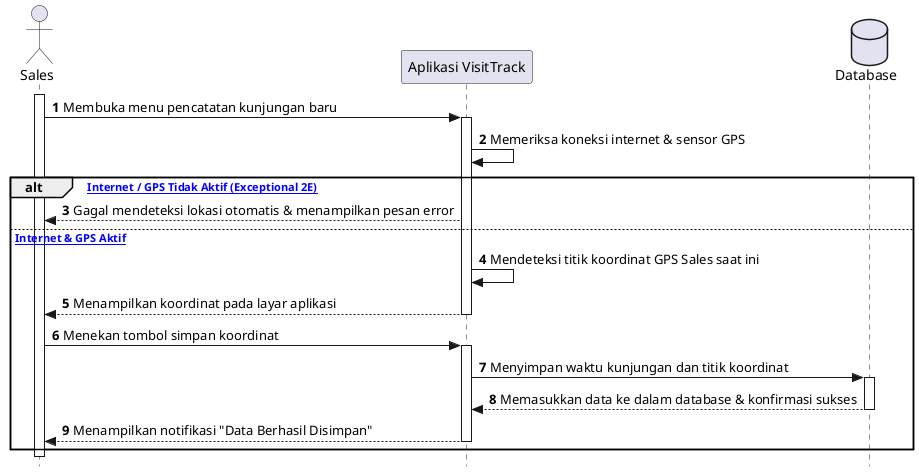
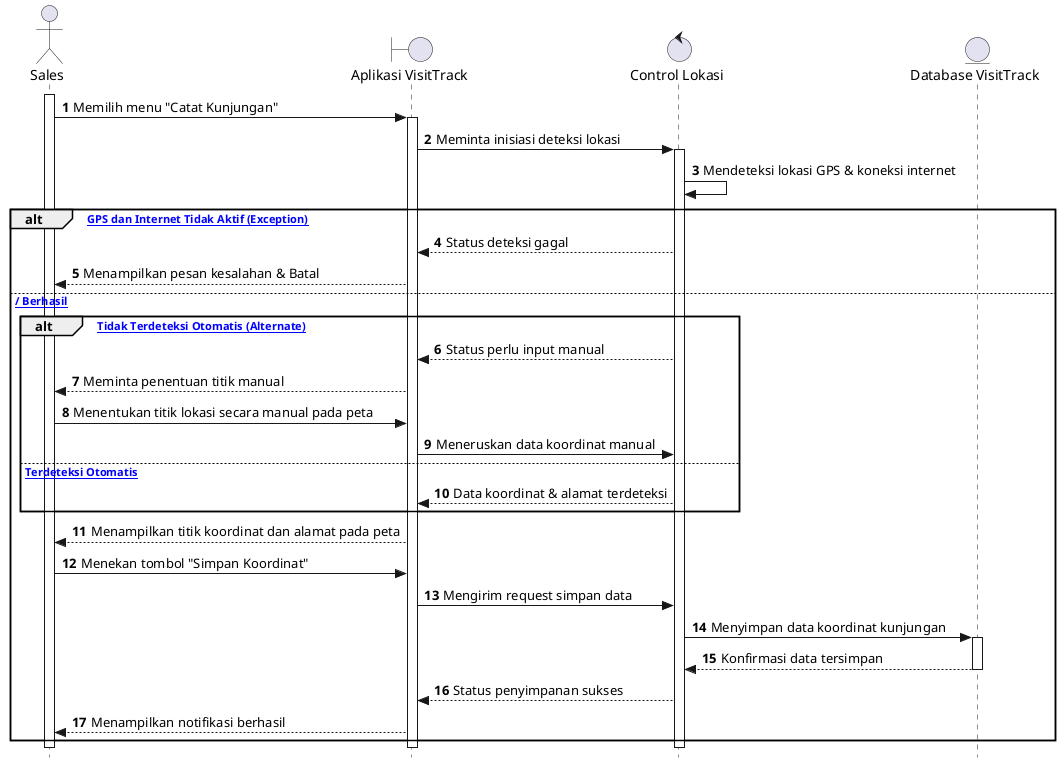
@startuml
autonumber
skinparam style strictuml

actor Sales
- participant "Aplikasi VisitTrack" as App
- database "Database" as DB
+ boundary "Aplikasi VisitTrack" as Form
+ control "Control Lokasi" as Ctrl
+ entity "Database VisitTrack" as DB

activate Sales
- Sales -> App: Membuka menu pencatatan kunjungan baru
- activate App
+ Sales -> Form: Memilih menu "Catat Kunjungan"
+ activate Form
+ Form -> Ctrl: Meminta inisiasi deteksi lokasi
+ activate Ctrl
+ Ctrl -> Ctrl: Mendeteksi lokasi GPS & koneksi internet

- App -> App: Memeriksa koneksi internet & sensor GPS
+ alt [Sensor GPS dan Internet Tidak Aktif (Exception)]
+     Ctrl --> Form: Status deteksi gagal
+     Form --> Sales: Menampilkan pesan kesalahan & Batal
+ else [Aktif / Berhasil]
+     alt [Lokasi Tidak Terdeteksi Otomatis (Alternate)]
+         Ctrl --> Form: Status perlu input manual
+         Form --> Sales: Meminta penentuan titik manual
+         Sales -> Form: Menentukan titik lokasi secara manual pada peta
+         Form -> Ctrl: Meneruskan data koordinat manual
+     else [Lokasi Terdeteksi Otomatis]
+         Ctrl --> Form: Data koordinat & alamat terdeteksi
+     end

- alt [Koneksi Internet / GPS Tidak Aktif (Exceptional 2E)]
-     App --> Sales: Gagal mendeteksi lokasi otomatis & menampilkan pesan error
- else [Koneksi Internet & GPS Aktif]
-     App -> App: Mendeteksi titik koordinat GPS Sales saat ini
-     App --> Sales: Menampilkan koordinat pada layar aplikasi
-     deactivate App
+     Form --> Sales: Menampilkan titik koordinat dan alamat pada peta
+     Sales -> Form: Menekan tombol "Simpan Koordinat"
+     Form -> Ctrl: Mengirim request simpan data

-     Sales -> App: Menekan tombol simpan koordinat
-     activate App
-     App -> DB: Menyimpan waktu kunjungan dan titik koordinat
+     Ctrl -> DB: Menyimpan data koordinat kunjungan
    activate DB
-     DB --> App: Memasukkan data ke dalam database & konfirmasi sukses
+     DB --> Ctrl: Konfirmasi data tersimpan
    deactivate DB
-     App --> Sales: Menampilkan notifikasi "Data Berhasil Disimpan"
-     deactivate App
+ 
+     Ctrl --> Form: Status penyimpanan sukses
+     Form --> Sales: Menampilkan notifikasi berhasil
end

+ deactivate Ctrl
+ deactivate Form
deactivate Sales
@enduml